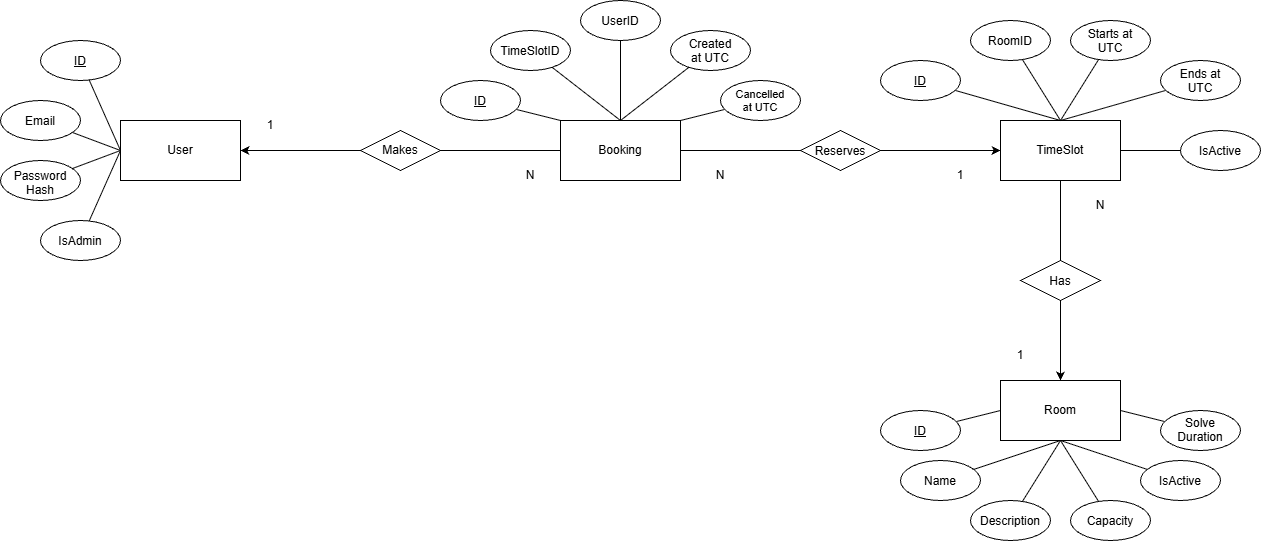
The draw.io diagram docs/ER_diagram.png in bikbalazs/EscapeHub, before a commit. Source tidied: cells renumbered, new cells last; positions are measured from the earlier drawing's top-left corner, leaving out a move shared by most shapes.
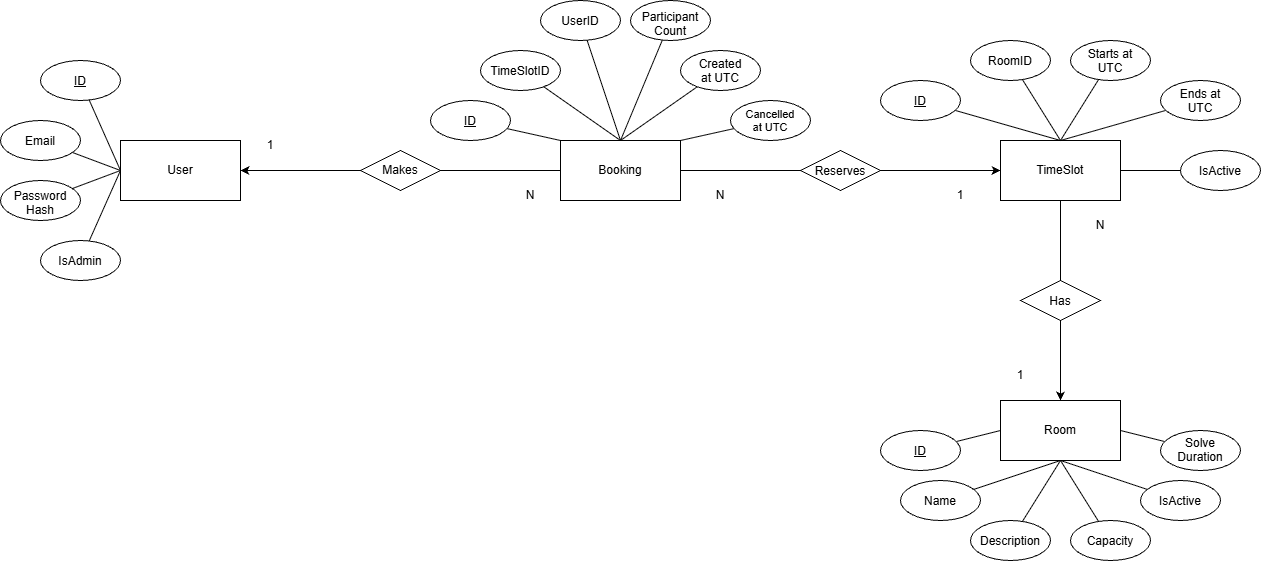
Above is the later version.

Diff of the diagram source:
```diff
@@ -48,7 +48,7 @@
       <mxGeometry relative="1" as="geometry" />
     </mxCell>
     <mxCell id="17" value="Created at UTC" style="ellipse;whiteSpace=wrap;html=1;shapeInside=1;" parent="1" vertex="1">
-      <mxGeometry x="670" y="30" width="80" height="40" as="geometry" />
+      <mxGeometry x="680" y="30" width="80" height="40" as="geometry" />
     </mxCell>
     <mxCell id="18" style="rounded=0;jettySize=auto;html=1;entryX=0;entryY=0.5;entryDx=0;entryDy=0;endArrow=none;endFill=0;" parent="1" edge="1" source="19" target="2">
       <mxGeometry relative="1" as="geometry" />
@@ -126,25 +126,25 @@
       <mxGeometry relative="1" as="geometry" />
     </mxCell>
     <mxCell id="43" value="UserID" style="ellipse;whiteSpace=wrap;html=1;shapeInside=1;" parent="1" vertex="1">
-      <mxGeometry x="580" width="80" height="40" as="geometry" />
+      <mxGeometry x="540" y="-20" width="80" height="40" as="geometry" />
     </mxCell>
     <mxCell id="44" style="rounded=0;jettySize=auto;html=1;entryX=0.5;entryY=0;entryDx=0;entryDy=0;endArrow=none;endFill=0;" parent="1" edge="1" source="45" target="10">
       <mxGeometry relative="1" as="geometry" />
     </mxCell>
     <mxCell id="45" value="TimeSlotID" style="ellipse;whiteSpace=wrap;html=1;shapeInside=1;" parent="1" vertex="1">
-      <mxGeometry x="490" y="30" width="80" height="40" as="geometry" />
+      <mxGeometry x="480" y="30" width="80" height="40" as="geometry" />
     </mxCell>
     <mxCell id="46" style="rounded=0;jettySize=auto;html=1;entryX=1;entryY=0;entryDx=0;entryDy=0;endArrow=none;endFill=0;" parent="1" edge="1" source="47" target="10">
       <mxGeometry relative="1" as="geometry" />
     </mxCell>
     <mxCell id="47" value="Cancelled at UTC" style="ellipse;whiteSpace=wrap;html=1;shapeInside=1;fontSize=11;" parent="1" vertex="1">
-      <mxGeometry x="720" y="80" width="80" height="40" as="geometry" />
+      <mxGeometry x="730" y="80" width="80" height="40" as="geometry" />
     </mxCell>
     <mxCell id="48" style="rounded=0;jettySize=auto;html=1;entryX=0;entryY=0;entryDx=0;entryDy=0;endArrow=none;endFill=0;" parent="1" edge="1" source="49" target="10">
       <mxGeometry relative="1" as="geometry" />
     </mxCell>
     <mxCell id="49" value="ID" style="ellipse;whiteSpace=wrap;html=1;shapeInside=1;fontStyle=4;" parent="1" vertex="1">
-      <mxGeometry x="440" y="80" width="80" height="40" as="geometry" />
+      <mxGeometry x="430" y="80" width="80" height="40" as="geometry" />
     </mxCell>
     <mxCell id="50" style="edgeStyle=orthogonalEdgeStyle;rounded=0;jettySize=auto;html=1;entryX=0.5;entryY=0;entryDx=0;entryDy=0;" parent="1" edge="1" source="51" target="11">
       <mxGeometry relative="1" as="geometry" />
@@ -179,5 +179,11 @@
     <mxCell id="60" value="N" style="text;html=1;whiteSpace=wrap;strokeColor=none;fillColor=none;align=center;verticalAlign=middle;rounded=0;" parent="1" vertex="1">
       <mxGeometry x="1070" y="190" width="60" height="30" as="geometry" />
     </mxCell>
+    <mxCell id="61" style="rounded=0;jettySize=auto;html=1;entryX=0.5;entryY=0;entryDx=0;entryDy=0;endArrow=none;endFill=0;" parent="1" edge="1" source="62" target="10">
+      <mxGeometry relative="1" as="geometry" />
+    </mxCell>
+    <mxCell id="62" value="Participant Count" style="ellipse;whiteSpace=wrap;html=1;shapeInside=1;" parent="1" vertex="1">
+      <mxGeometry x="630" y="-20" width="80" height="40" as="geometry" />
+    </mxCell>
   </root>
 </mxGraphModel>
```
